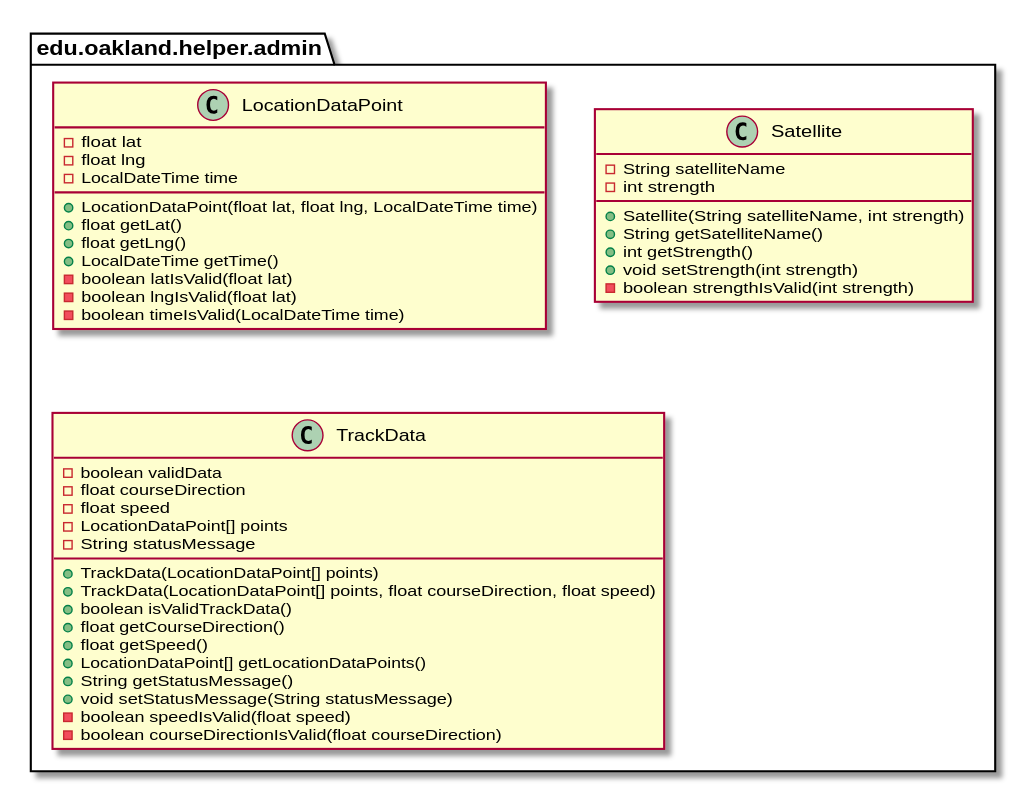
Before: docs/uml-class-diagrams/admin/helper/AdminHelperPackage.svg, a diagram exported from PlantUML (andrewdimmer/csi-3370-software-project).
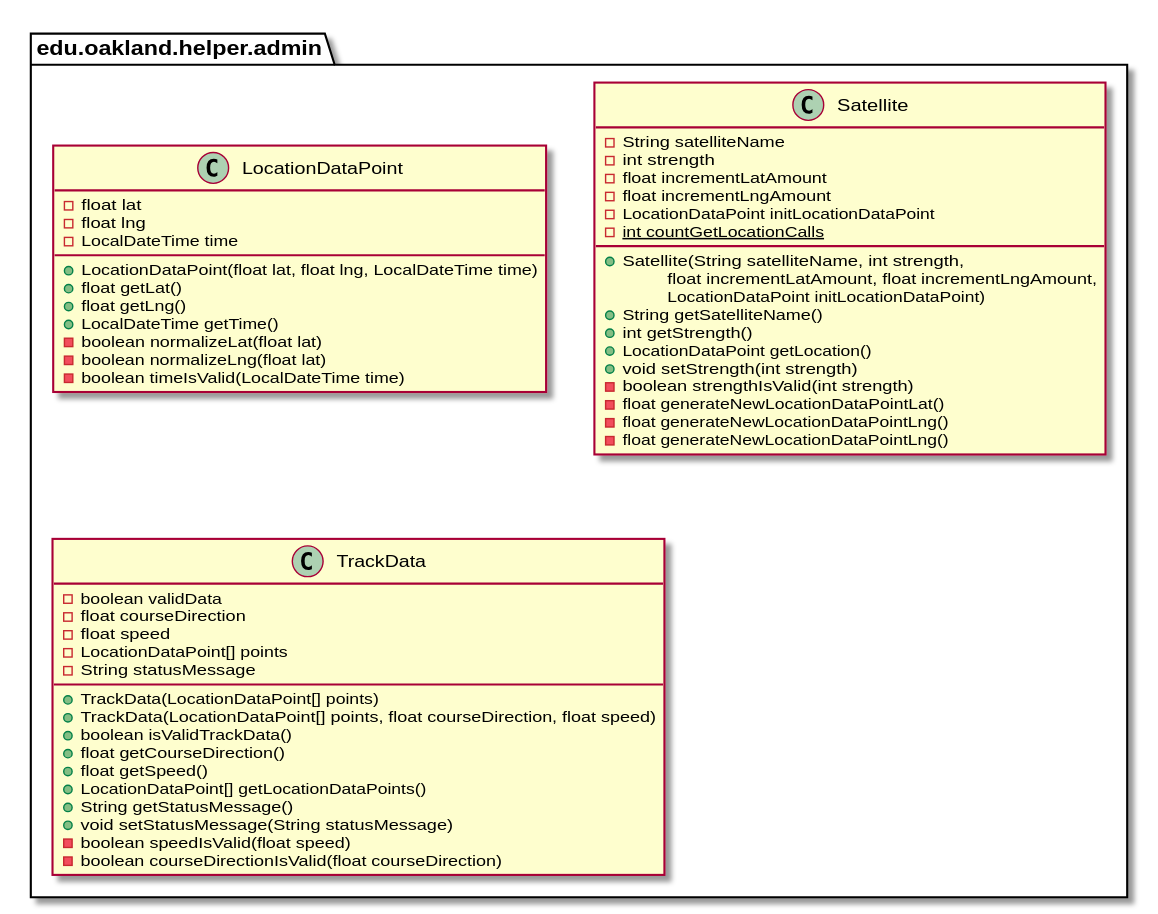
After the change.

The edit, as a diff of the source:
```diff
@@ -14,8 +14,8 @@
         + float getLat()
         + float getLng()
         + LocalDateTime getTime()
-        - boolean latIsValid(float lat)
-        - boolean lngIsValid(float lat)
+        - boolean normalizeLat(float lat)
+        - boolean normalizeLng(float lat)
         - boolean timeIsValid(LocalDateTime time)
     }
 }
@@ -25,11 +25,22 @@
     class Satellite {
         - String satelliteName
         - int strength
-        + Satellite(String satelliteName, int strength)
+        - float incrementLatAmount
+        - float incrementLngAmount
+        - LocationDataPoint initLocationDataPoint
+        {static} - int countGetLocationCalls
+        __
+        + Satellite(String satelliteName, int strength,
+        \tfloat incrementLatAmount, float incrementLngAmount,
+        \tLocationDataPoint initLocationDataPoint)
         + String getSatelliteName()
         + int getStrength()
+        + LocationDataPoint getLocation()
         + void setStrength(int strength)
         - boolean strengthIsValid(int strength)
+        - float generateNewLocationDataPointLat()
+        - float generateNewLocationDataPointLng()
+        - float generateNewLocationDataPointLng()
     }
 }
 
```
